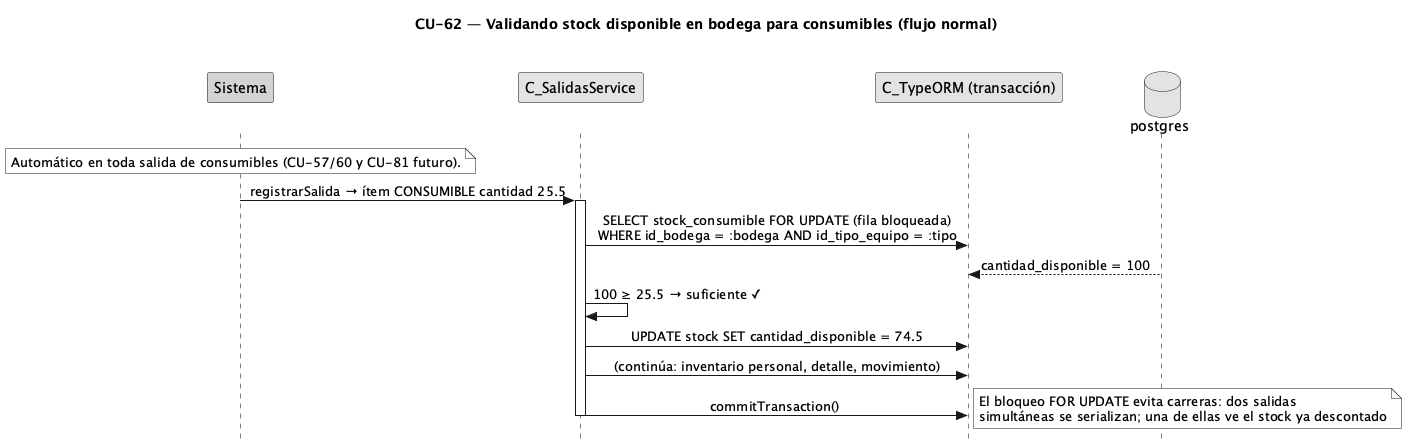
Above: diagramas/diagramas-secuencia/CU62/CU62-normal.png in FSM-Finet-y-Cable-Magico/Team_1-Inventario-y-Bodega (PlantUML), before the change. Source of this version:
```plantuml
@startuml CU62-normal
title CU-62 — Validando stock disponible en bodega para consumibles (flujo normal)
skinparam style strictuml
skinparam monochrome true
skinparam shadowing false
skinparam sequenceMessageAlign center
<style> sequenceDiagram { participant { Margin 30 } actor { Margin 12 } } </style>
skinparam sequence {
  MessageAlign center
  LifeLineBorderColor black
}
hide footbox

participant "Sistema" as sys #lightgrey
participant "C_SalidasService" as svc
participant "C_TypeORM (transacción)" as orm
database "postgres" as db

note over sys : Automático en toda salida de consumibles (CU-57/60 y CU-81 futuro).
sys -> svc : registrarSalida → ítem CONSUMIBLE cantidad 25.5
activate svc
svc -> orm : SELECT stock_consumible FOR UPDATE (fila bloqueada)\nWHERE id_bodega = :bodega AND id_tipo_equipo = :tipo
db --> orm : cantidad_disponible = 100
svc -> svc : 100 ≥ 25.5 → suficiente ✓
svc -> orm : UPDATE stock SET cantidad_disponible = 74.5
svc -> orm : (continúa: inventario personal, detalle, movimiento)
svc -> orm : commitTransaction()
deactivate svc
note right : El bloqueo FOR UPDATE evita carreras: dos salidas\nsimultáneas se serializan; una de ellas ve el stock ya descontado
@enduml
```
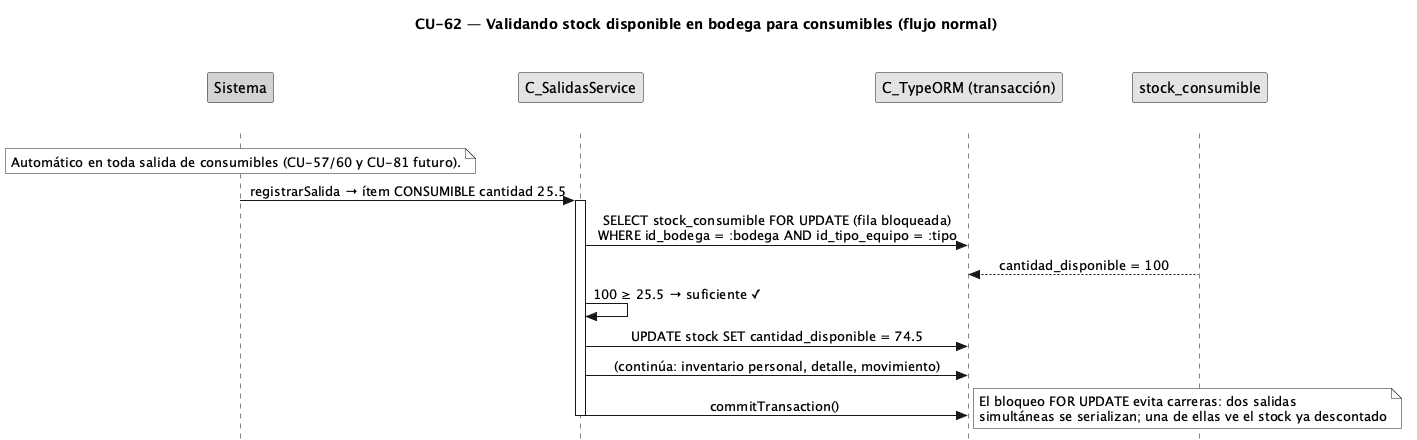
After the commit.

The edit, as a diff of the source:
```diff
@@ -14,13 +14,13 @@
 participant "Sistema" as sys #lightgrey
 participant "C_SalidasService" as svc
 participant "C_TypeORM (transacción)" as orm
-database "postgres" as db
+participant "stock_consumible" as stock
 
 note over sys : Automático en toda salida de consumibles (CU-57/60 y CU-81 futuro).
 sys -> svc : registrarSalida → ítem CONSUMIBLE cantidad 25.5
 activate svc
 svc -> orm : SELECT stock_consumible FOR UPDATE (fila bloqueada)\nWHERE id_bodega = :bodega AND id_tipo_equipo = :tipo
-db --> orm : cantidad_disponible = 100
+stock --> orm : cantidad_disponible = 100
 svc -> svc : 100 ≥ 25.5 → suficiente ✓
 svc -> orm : UPDATE stock SET cantidad_disponible = 74.5
 svc -> orm : (continúa: inventario personal, detalle, movimiento)
```
